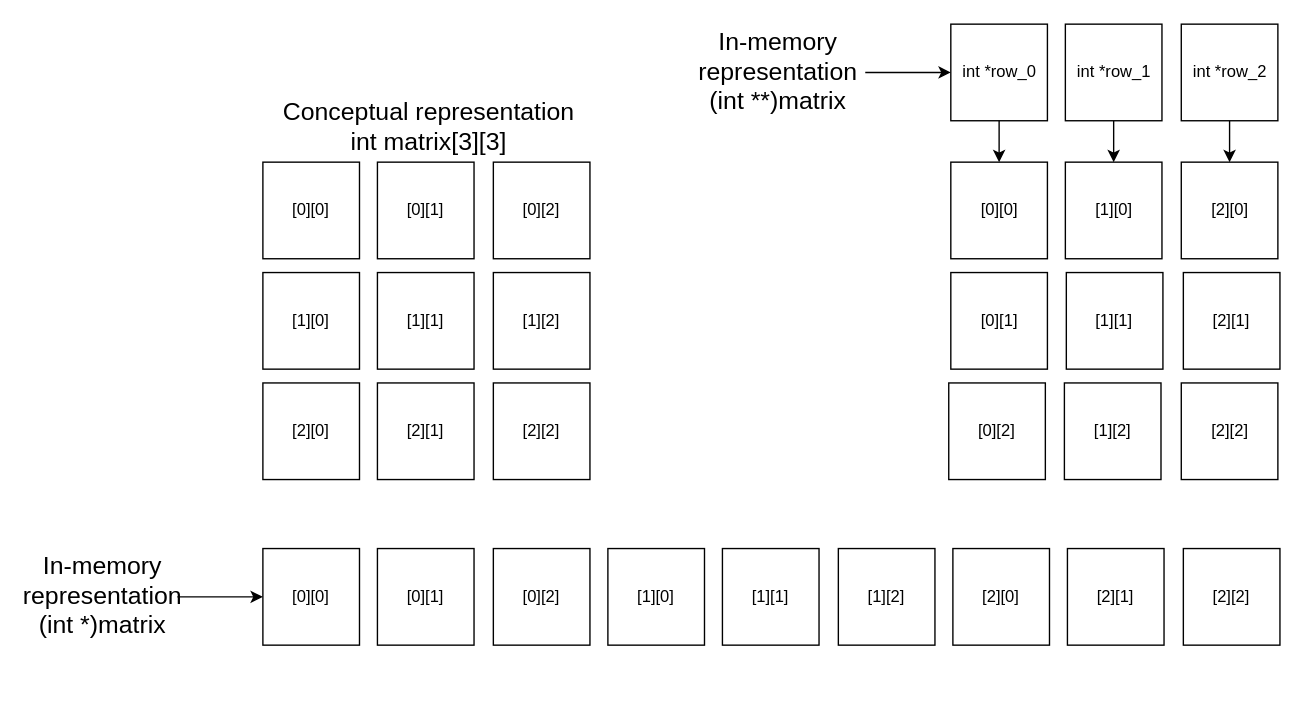
The draw.io diagram c/slides/markdown/images/matrici_memoria.drawio in gabricatta7/operatingsystemsbsc, before the edit. Source tidied: cells renumbered, new cells numbered last; positions are measured from the earlier drawing's top-left corner, leaving out a move shared by most shapes. Both pictures are drawn from the tidied source at 138%, with x=0, y=0 at pixel (28, 23).
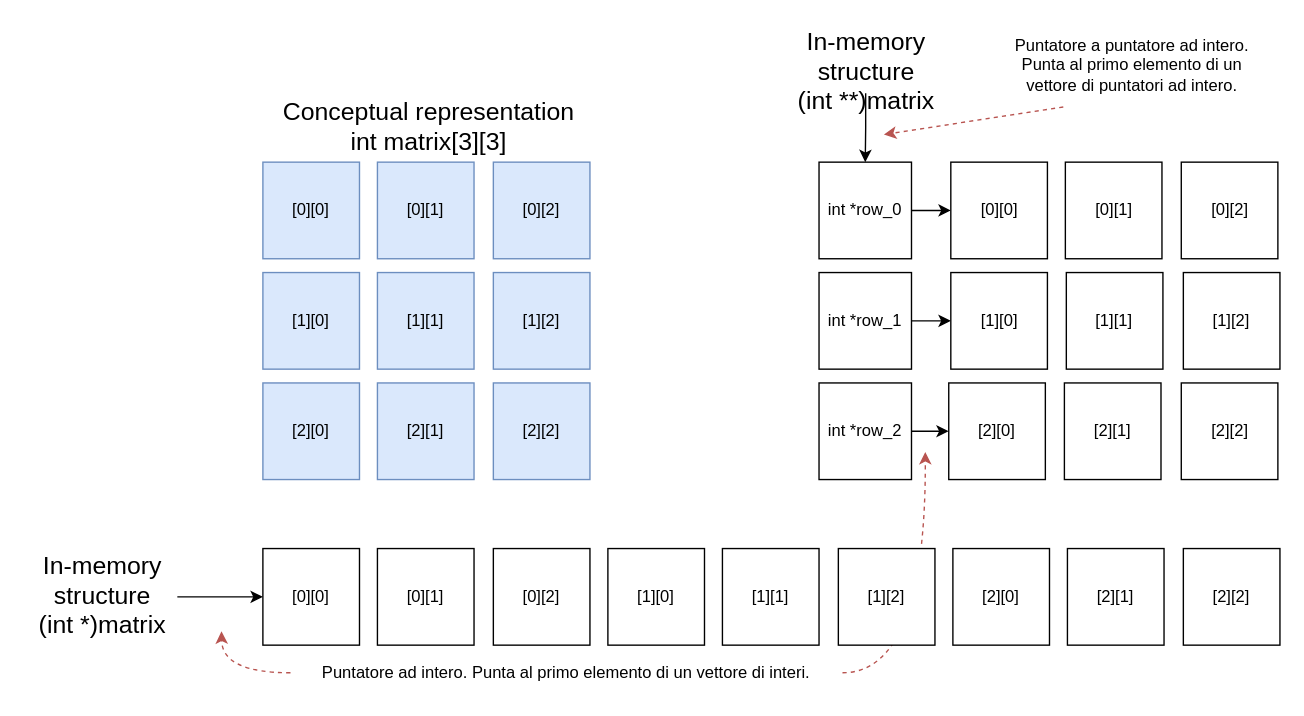
After the change.

The edit, as a diff of the source:
```diff
@@
+    <mxCell id="40" style="endArrow=classic;html=1;rounded=0;dashed=1;fillColor=#f8cecc;strokeColor=#b85450;exitX=1;exitY=0.5;exitDx=0;exitDy=0;edgeStyle=orthogonalEdgeStyle;curved=1;" parent="1" edge="1" source="44">
+      <mxGeometry relative="1" as="geometry">
+        <mxPoint x="650" y="310" as="targetPoint" />
+      </mxGeometry>
+    </mxCell>
-    <mxCell id="2" value="[0][0]" style="rounded=0;whiteSpace=wrap;html=1;" parent="1" vertex="1">
+    <mxCell id="2" value="[0][0]" style="rounded=0;whiteSpace=wrap;html=1;fillColor=#dae8fc;strokeColor=#6c8ebf;" parent="1" vertex="1">
       <mxGeometry x="170" y="100" width="70" height="70" as="geometry" />
     </mxCell>
-    <mxCell id="3" value="&lt;span&gt;[0][1]&lt;/span&gt;" style="rounded=0;whiteSpace=wrap;html=1;" parent="1" vertex="1">
+    <mxCell id="3" value="&lt;span&gt;[0][1]&lt;/span&gt;" style="rounded=0;whiteSpace=wrap;html=1;fillColor=#dae8fc;strokeColor=#6c8ebf;" parent="1" vertex="1">
       <mxGeometry x="253" y="100" width="70" height="70" as="geometry" />
     </mxCell>
-    <mxCell id="4" value="&lt;span&gt;[0][2]&lt;/span&gt;" style="rounded=0;whiteSpace=wrap;html=1;" parent="1" vertex="1">
+    <mxCell id="4" value="&lt;span&gt;[0][2]&lt;/span&gt;" style="rounded=0;whiteSpace=wrap;html=1;fillColor=#dae8fc;strokeColor=#6c8ebf;" parent="1" vertex="1">
       <mxGeometry x="337" y="100" width="70" height="70" as="geometry" />
     </mxCell>
-    <mxCell id="5" value="&lt;span&gt;[1][0]&lt;/span&gt;" style="rounded=0;whiteSpace=wrap;html=1;" parent="1" vertex="1">
+    <mxCell id="5" value="&lt;span&gt;[1][0]&lt;/span&gt;" style="rounded=0;whiteSpace=wrap;html=1;fillColor=#dae8fc;strokeColor=#6c8ebf;" parent="1" vertex="1">
       <mxGeometry x="170" y="180" width="70" height="70" as="geometry" />
     </mxCell>
-    <mxCell id="6" value="&lt;span&gt;[1][1]&lt;/span&gt;" style="rounded=0;whiteSpace=wrap;html=1;" parent="1" vertex="1">
+    <mxCell id="6" value="&lt;span&gt;[1][1]&lt;/span&gt;" style="rounded=0;whiteSpace=wrap;html=1;fillColor=#dae8fc;strokeColor=#6c8ebf;" parent="1" vertex="1">
       <mxGeometry x="253" y="180" width="70" height="70" as="geometry" />
     </mxCell>
-    <mxCell id="7" value="&lt;span&gt;[1][2]&lt;/span&gt;" style="rounded=0;whiteSpace=wrap;html=1;" parent="1" vertex="1">
+    <mxCell id="7" value="&lt;span&gt;[1][2]&lt;/span&gt;" style="rounded=0;whiteSpace=wrap;html=1;fillColor=#dae8fc;strokeColor=#6c8ebf;" parent="1" vertex="1">
       <mxGeometry x="337" y="180" width="70" height="70" as="geometry" />
     </mxCell>
-    <mxCell id="8" value="&lt;span&gt;[2][0]&lt;/span&gt;" style="rounded=0;whiteSpace=wrap;html=1;" parent="1" vertex="1">
+    <mxCell id="8" value="&lt;span&gt;[2][0]&lt;/span&gt;" style="rounded=0;whiteSpace=wrap;html=1;fillColor=#dae8fc;strokeColor=#6c8ebf;" parent="1" vertex="1">
       <mxGeometry x="170" y="260" width="70" height="70" as="geometry" />
     </mxCell>
-    <mxCell id="9" value="&lt;span&gt;[2][1]&lt;/span&gt;" style="rounded=0;whiteSpace=wrap;html=1;" parent="1" vertex="1">
+    <mxCell id="9" value="&lt;span&gt;[2][1]&lt;/span&gt;" style="rounded=0;whiteSpace=wrap;html=1;fillColor=#dae8fc;strokeColor=#6c8ebf;" parent="1" vertex="1">
       <mxGeometry x="253" y="260" width="70" height="70" as="geometry" />
     </mxCell>
-    <mxCell id="10" value="&lt;span&gt;[2][2]&lt;/span&gt;" style="rounded=0;whiteSpace=wrap;html=1;" parent="1" vertex="1">
+    <mxCell id="10" value="&lt;span&gt;[2][2]&lt;/span&gt;" style="rounded=0;whiteSpace=wrap;html=1;fillColor=#dae8fc;strokeColor=#6c8ebf;" parent="1" vertex="1">
       <mxGeometry x="337" y="260" width="70" height="70" as="geometry" />
     </mxCell>
@@
-    <mxCell id="21" value="&lt;span style=&quot;font-size: 18px&quot;&gt;In-memory representation&lt;/span&gt;&lt;br style=&quot;font-size: 18px&quot;&gt;&lt;span style=&quot;font-size: 18px&quot;&gt;(int *)matrix&lt;/span&gt;" style="text;html=1;strokeColor=none;fillColor=none;align=center;verticalAlign=middle;whiteSpace=wrap;rounded=0;" parent="1" vertex="1">
+    <mxCell id="21" value="&lt;span style=&quot;font-size: 18px&quot;&gt;In-memory structure&lt;/span&gt;&lt;br style=&quot;font-size: 18px&quot;&gt;&lt;span style=&quot;font-size: 18px&quot;&gt;(int *)matrix&lt;/span&gt;" style="text;html=1;strokeColor=none;fillColor=none;align=center;verticalAlign=middle;whiteSpace=wrap;rounded=0;" parent="1" vertex="1">
       <mxGeometry y="400" width="108" height="30" as="geometry" />
     </mxCell>
@@
     <mxCell id="23" value="int *row_0" style="rounded=0;whiteSpace=wrap;html=1;" parent="1" vertex="1">
-      <mxGeometry x="668.5" width="70" height="70" as="geometry" />
+      <mxGeometry x="573" y="100" width="67" height="70" as="geometry" />
     </mxCell>
-    <mxCell id="24" style="edgeStyle=orthogonalEdgeStyle;rounded=0;jettySize=auto;html=1;fontSize=18;" parent="1" edge="1" source="25" target="29">
-      <mxGeometry relative="1" as="geometry" />
-    </mxCell>
+    <mxCell id="41" style="edgeStyle=orthogonalEdgeStyle;rounded=0;jettySize=auto;html=1;" parent="1" edge="1" source="25" target="31">
+      <mxGeometry relative="1" as="geometry" />
+    </mxCell>
     <mxCell id="25" value="int *row_1" style="rounded=0;whiteSpace=wrap;html=1;" parent="1" vertex="1">
-      <mxGeometry x="751.5" width="70" height="70" as="geometry" />
+      <mxGeometry x="573" y="180" width="67" height="70" as="geometry" />
     </mxCell>
-    <mxCell id="26" style="edgeStyle=orthogonalEdgeStyle;rounded=0;jettySize=auto;html=1;fontSize=18;" parent="1" edge="1" source="27" target="30">
-      <mxGeometry relative="1" as="geometry" />
-    </mxCell>
+    <mxCell id="42" style="edgeStyle=orthogonalEdgeStyle;rounded=0;jettySize=auto;html=1;entryX=0;entryY=0.5;entryDx=0;entryDy=0;" parent="1" edge="1" source="27" target="32">
+      <mxGeometry relative="1" as="geometry" />
+    </mxCell>
     <mxCell id="27" value="int *row_2" style="rounded=0;whiteSpace=wrap;html=1;" parent="1" vertex="1">
-      <mxGeometry x="835.5" width="70" height="70" as="geometry" />
+      <mxGeometry x="573" y="260" width="67" height="70" as="geometry" />
     </mxCell>
@@
-    <mxCell id="29" value="&lt;span&gt;[1][0]&lt;/span&gt;" style="rounded=0;whiteSpace=wrap;html=1;" parent="1" vertex="1">
+    <mxCell id="29" value="&lt;span&gt;[0][1]&lt;/span&gt;" style="rounded=0;whiteSpace=wrap;html=1;" parent="1" vertex="1">
       <mxGeometry x="751.5" y="100" width="70" height="70" as="geometry" />
     </mxCell>
-    <mxCell id="30" value="&lt;span&gt;[2][0]&lt;/span&gt;" style="rounded=0;whiteSpace=wrap;html=1;" parent="1" vertex="1">
+    <mxCell id="30" value="&lt;span&gt;[0][2]&lt;/span&gt;" style="rounded=0;whiteSpace=wrap;html=1;" parent="1" vertex="1">
       <mxGeometry x="835.5" y="100" width="70" height="70" as="geometry" />
     </mxCell>
-    <mxCell id="31" value="&lt;span&gt;[0][1]&lt;/span&gt;" style="rounded=0;whiteSpace=wrap;html=1;" parent="1" vertex="1">
+    <mxCell id="31" value="&lt;span&gt;[1][0]&lt;/span&gt;" style="rounded=0;whiteSpace=wrap;html=1;" parent="1" vertex="1">
       <mxGeometry x="668.5" y="180" width="70" height="70" as="geometry" />
     </mxCell>
-    <mxCell id="32" value="&lt;span&gt;[0][2]&lt;/span&gt;" style="rounded=0;whiteSpace=wrap;html=1;" parent="1" vertex="1">
+    <mxCell id="32" value="&lt;span&gt;[2][0]&lt;/span&gt;" style="rounded=0;whiteSpace=wrap;html=1;" parent="1" vertex="1">
       <mxGeometry x="667" y="260" width="70" height="70" as="geometry" />
     </mxCell>
-    <mxCell id="33" style="edgeStyle=orthogonalEdgeStyle;rounded=0;jettySize=auto;html=1;fontSize=18;" parent="1" edge="1" source="34" target="23">
+    <mxCell id="33" style="edgeStyle=orthogonalEdgeStyle;rounded=0;jettySize=auto;html=1;" parent="1" edge="1" source="34" target="23">
       <mxGeometry relative="1" as="geometry" />
     </mxCell>
-    <mxCell id="34" value="&lt;font style=&quot;font-size: 18px&quot;&gt;In-memory representation&lt;br&gt;(int **)matrix&lt;/font&gt;" style="text;html=1;strokeColor=none;fillColor=none;align=center;verticalAlign=middle;whiteSpace=wrap;rounded=0;" parent="1" vertex="1">
-      <mxGeometry x="480" y="20" width="126.5" height="30" as="geometry" />
+    <mxCell id="34" value="&lt;font style=&quot;font-size: 18px&quot;&gt;In-memory structure&lt;br&gt;(int **)matrix&lt;/font&gt;" style="text;html=1;strokeColor=none;fillColor=none;align=center;verticalAlign=middle;whiteSpace=wrap;rounded=0;" parent="1" vertex="1">
+      <mxGeometry x="543.5" y="20" width="126.5" height="30" as="geometry" />
     </mxCell>
@@
-    <mxCell id="36" value="&lt;span&gt;[1][2]&lt;/span&gt;" style="rounded=0;whiteSpace=wrap;html=1;" parent="1" vertex="1">
+    <mxCell id="36" value="&lt;span&gt;[2][1]&lt;/span&gt;" style="rounded=0;whiteSpace=wrap;html=1;" parent="1" vertex="1">
       <mxGeometry x="750.8" y="260" width="70" height="70" as="geometry" />
     </mxCell>
-    <mxCell id="37" value="&lt;span&gt;[2][1]&lt;/span&gt;" style="rounded=0;whiteSpace=wrap;html=1;" parent="1" vertex="1">
+    <mxCell id="37" value="&lt;span&gt;[1][2]&lt;/span&gt;" style="rounded=0;whiteSpace=wrap;html=1;" parent="1" vertex="1">
       <mxGeometry x="837" y="180" width="70" height="70" as="geometry" />
     </mxCell>
@@
-    <mxCell id="39" value="&lt;font style=&quot;font-size: 18px&quot;&gt;Conceptual representation&lt;br&gt;int matrix[3][3]&lt;br&gt;&lt;/font&gt;" style="text;html=1;strokeColor=none;fillColor=none;align=center;verticalAlign=middle;whiteSpace=wrap;rounded=0;" parent="1" vertex="1">
+    <mxCell id="39" value="&lt;font style=&quot;font-size: 18px&quot;&gt;Conceptual representation&lt;br&gt;int matrix[3][3]&lt;br&gt;&lt;/font&gt;" style="text;html=1;align=center;verticalAlign=middle;whiteSpace=wrap;rounded=0;" parent="1" vertex="1">
       <mxGeometry x="170" y="60" width="241" height="30" as="geometry" />
     </mxCell>
+    <mxCell id="43" style="endArrow=classic;html=1;rounded=0;dashed=1;fillColor=#f8cecc;strokeColor=#b85450;exitX=0;exitY=0.5;exitDx=0;exitDy=0;edgeStyle=orthogonalEdgeStyle;curved=1;" parent="1" edge="1" source="44">
+      <mxGeometry relative="1" as="geometry">
+        <mxPoint x="140" y="440" as="targetPoint" />
+      </mxGeometry>
+    </mxCell>
+    <mxCell id="44" value="Puntatore ad intero. Punta al primo elemento di un vettore di interi." style="text;html=1;strokeColor=none;fillColor=none;align=center;verticalAlign=middle;whiteSpace=wrap;rounded=0;" parent="1" vertex="1">
+      <mxGeometry x="190" y="455" width="400" height="30" as="geometry" />
+    </mxCell>
+    <mxCell id="45" value="Puntatore a puntatore ad intero. Punta al primo elemento di un vettore di puntatori ad intero." style="text;html=1;strokeColor=none;fillColor=none;align=center;verticalAlign=middle;whiteSpace=wrap;rounded=0;" parent="1" vertex="1">
+      <mxGeometry x="700" width="200" height="60" as="geometry" />
+    </mxCell>
+    <mxCell id="46" style="endArrow=classic;html=1;rounded=0;dashed=1;fillColor=#f8cecc;strokeColor=#b85450;exitX=0.25;exitY=1;exitDx=0;exitDy=0;" parent="1" edge="1" source="45">
+      <mxGeometry relative="1" as="geometry">
+        <mxPoint x="620" y="80" as="targetPoint" />
+      </mxGeometry>
+    </mxCell>
```
